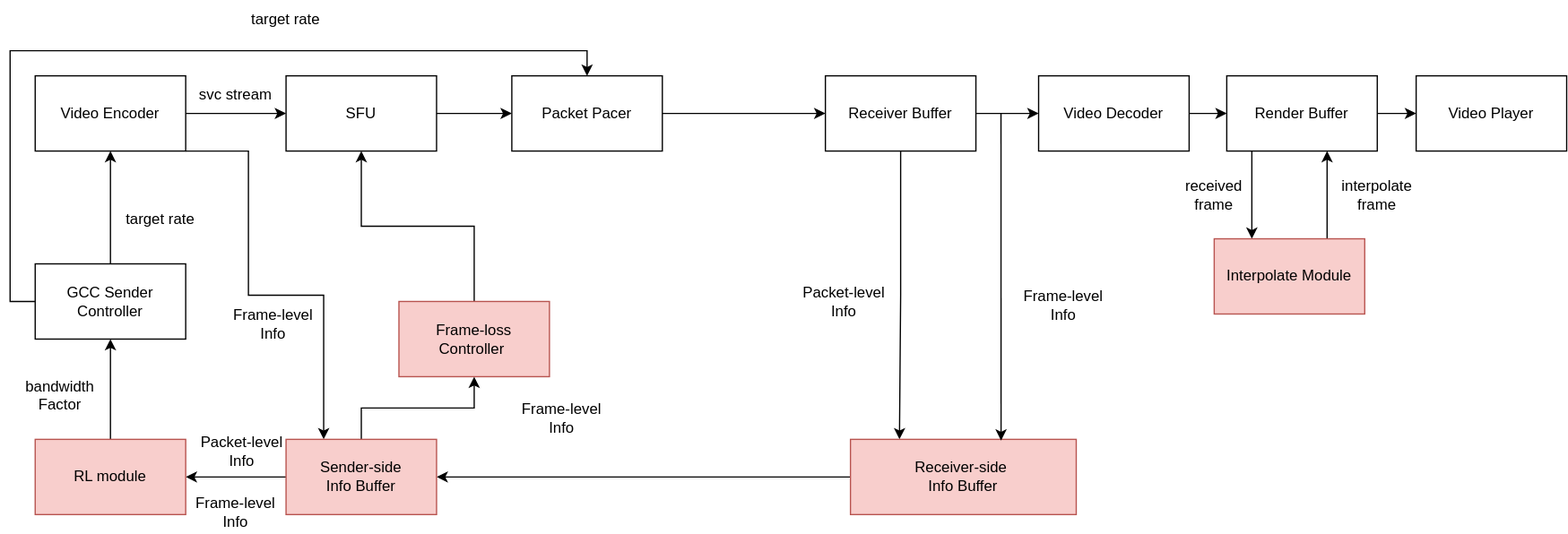
xiaosayin/c-educoder keeps this draw.io diagram as system.drawio.svg. Above is the earlier version. Source tidied: cells renumbered, new cells last; positions are measured from the earlier drawing's top-left corner, leaving out a move shared by most shapes.
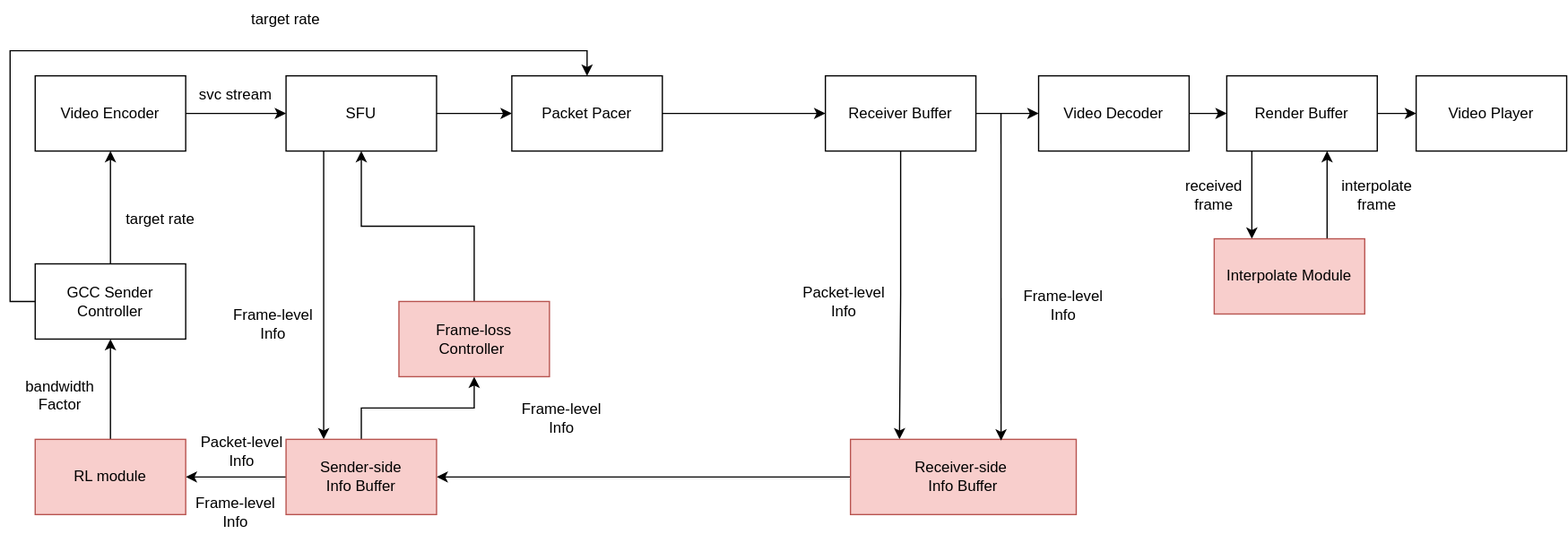
Later version of the same file.

The edit, as a diff of the source:
```diff
@@ -5,21 +5,15 @@
     <mxCell id="2" style="edgeStyle=orthogonalEdgeStyle;rounded=0;jettySize=auto;html=1;" parent="1" edge="1" source="4" target="6">
       <mxGeometry relative="1" as="geometry" />
     </mxCell>
-    <mxCell id="3" style="edgeStyle=orthogonalEdgeStyle;rounded=0;jettySize=auto;html=1;exitX=1;exitY=1;exitDx=0;exitDy=0;entryX=0.25;entryY=0;entryDx=0;entryDy=0;" parent="1" edge="1" source="4" target="30">
-      <mxGeometry relative="1" as="geometry">
-        <Array as="points">
-          <mxPoint x="180" y="120" />
-          <mxPoint x="180" y="235" />
-          <mxPoint x="240" y="235" />
-        </Array>
-      </mxGeometry>
-    </mxCell>
     <mxCell id="4" value="Video Encoder" style="rounded=0;whiteSpace=wrap;html=1;" parent="1" vertex="1">
       <mxGeometry x="10" y="60" width="120" height="60" as="geometry" />
     </mxCell>
     <mxCell id="5" style="edgeStyle=orthogonalEdgeStyle;rounded=0;jettySize=auto;html=1;" parent="1" edge="1" source="6" target="9">
       <mxGeometry relative="1" as="geometry" />
     </mxCell>
+    <mxCell id="45" style="edgeStyle=orthogonalEdgeStyle;rounded=0;jettySize=auto;html=1;exitX=0.25;exitY=1;exitDx=0;exitDy=0;entryX=0.25;entryY=0;entryDx=0;entryDy=0;" parent="1" edge="1" source="6" target="30">
+      <mxGeometry relative="1" as="geometry" />
+    </mxCell>
     <mxCell id="6" value="SFU" style="rounded=0;whiteSpace=wrap;html=1;" parent="1" vertex="1">
       <mxGeometry x="210" y="60" width="120" height="60" as="geometry" />
     </mxCell>
```
